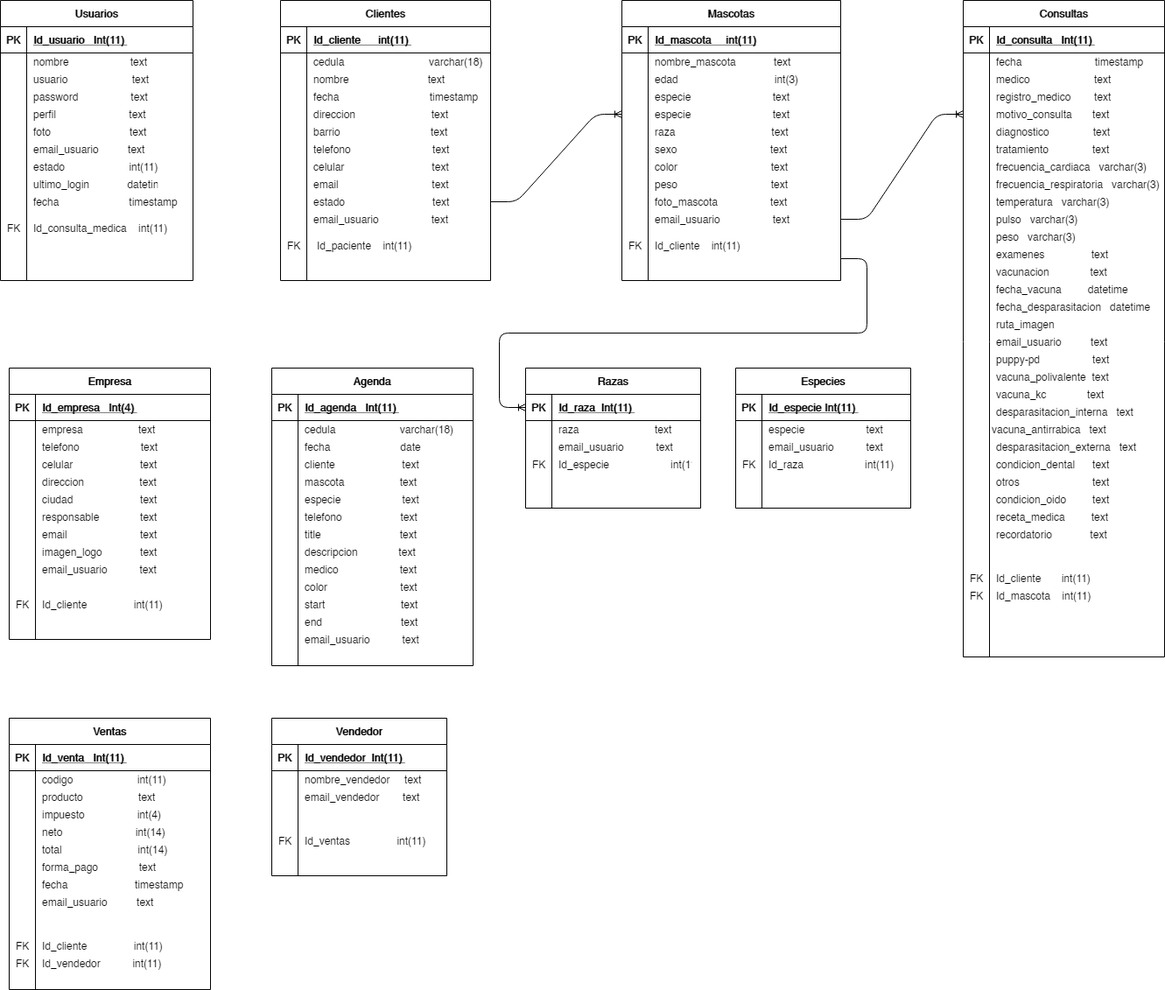
Earlier version of the draw.io export Untitled Diagram.png (heberthm/ejemplos-blog). Source tidied: cells renumbered, new cells last; positions are measured from the earlier drawing's top-left corner, leaving out a move shared by most shapes.
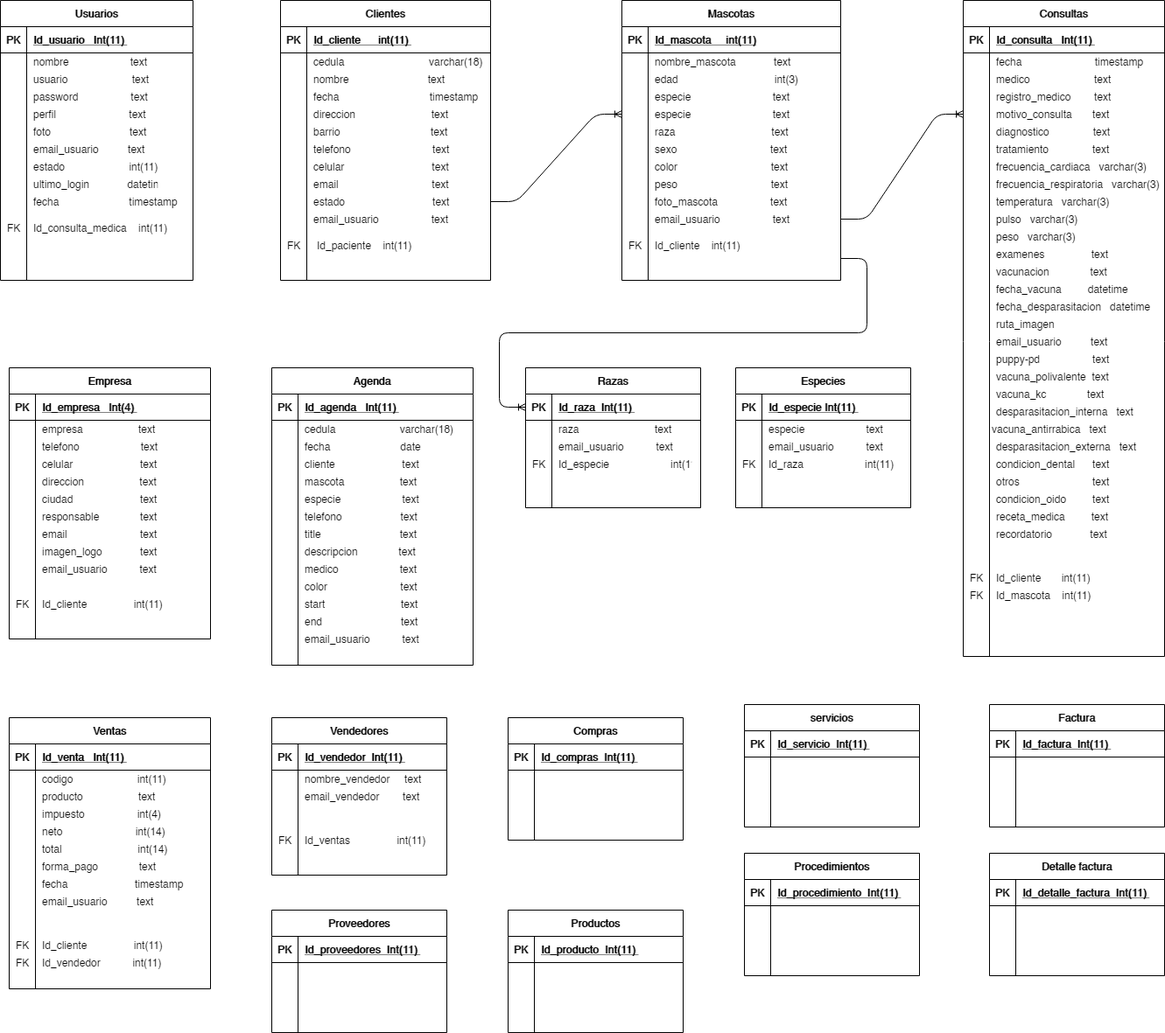
Above is the later version.

Change to the diagram source:
```diff
@@ -829,7 +829,7 @@
     <mxCell id="276" value="FK" style="shape=partialRectangle;fillColor=none;top=0;left=0;bottom=0;right=0;align=left;spacingLeft=6;overflow=hidden;" parent="1" vertex="1">
       <mxGeometry x="10" y="1090" width="40" height="20" as="geometry" />
     </mxCell>
-    <mxCell id="277" value="Vendedor" style="shape=table;startSize=30;rowLines=0;fontStyle=1;align=center;" parent="1" vertex="1">
+    <mxCell id="277" value="Vendedores" style="shape=table;startSize=30;rowLines=0;fontStyle=1;align=center;" parent="1" vertex="1">
       <mxGeometry x="310" y="820" width="200" height="180" as="geometry" />
     </mxCell>
     <mxCell id="278" style="shape=partialRectangle;fillColor=none;top=0;left=0;bottom=1;right=0;" parent="277" vertex="1">
@@ -865,5 +865,89 @@
     <mxCell id="288" value="FK" style="shape=partialRectangle;fillColor=none;top=0;left=0;bottom=0;right=0;align=left;spacingLeft=6;overflow=hidden;" parent="1" vertex="1">
       <mxGeometry x="310" y="950" width="40" height="20" as="geometry" />
     </mxCell>
+    <mxCell id="289" value="servicios" style="shape=table;startSize=30;rowLines=0;fontStyle=1;align=center;" parent="1" vertex="1">
+      <mxGeometry x="850" y="805" width="200" height="140" as="geometry" />
+    </mxCell>
+    <mxCell id="290" style="shape=partialRectangle;fillColor=none;top=0;left=0;bottom=1;right=0;" parent="289" vertex="1">
+      <mxGeometry y="30" width="200" height="30" as="geometry" />
+    </mxCell>
+    <mxCell id="291" value="PK" style="shape=partialRectangle;fillColor=none;top=0;left=0;bottom=0;right=0;fontStyle=1;overflow=hidden;" parent="290" vertex="1">
+      <mxGeometry width="30" height="30" as="geometry" />
+    </mxCell>
+    <mxCell id="292" value="Id_servicio  Int(11) " style="shape=partialRectangle;fillColor=none;top=0;left=0;bottom=0;right=0;align=left;spacingLeft=6;fontStyle=5;overflow=hidden;" parent="290" vertex="1">
+      <mxGeometry x="30" width="170" height="30" as="geometry" />
+    </mxCell>
+    <mxCell id="293" value="Procedimientos" style="shape=table;startSize=30;rowLines=0;fontStyle=1;align=center;" parent="1" vertex="1">
+      <mxGeometry x="850" y="975" width="200" height="140" as="geometry" />
+    </mxCell>
+    <mxCell id="294" style="shape=partialRectangle;fillColor=none;top=0;left=0;bottom=1;right=0;" parent="293" vertex="1">
+      <mxGeometry y="30" width="200" height="30" as="geometry" />
+    </mxCell>
+    <mxCell id="295" value="PK" style="shape=partialRectangle;fillColor=none;top=0;left=0;bottom=0;right=0;fontStyle=1;overflow=hidden;" parent="294" vertex="1">
+      <mxGeometry width="30" height="30" as="geometry" />
+    </mxCell>
+    <mxCell id="296" value="Id_procedimiento  Int(11) " style="shape=partialRectangle;fillColor=none;top=0;left=0;bottom=0;right=0;align=left;spacingLeft=6;fontStyle=5;overflow=hidden;" parent="294" vertex="1">
+      <mxGeometry x="30" width="170" height="30" as="geometry" />
+    </mxCell>
+    <mxCell id="297" value="Compras" style="shape=table;startSize=30;rowLines=0;fontStyle=1;align=center;" parent="1" vertex="1">
+      <mxGeometry x="580" y="820" width="200" height="140" as="geometry" />
+    </mxCell>
+    <mxCell id="298" style="shape=partialRectangle;fillColor=none;top=0;left=0;bottom=1;right=0;" parent="297" vertex="1">
+      <mxGeometry y="30" width="200" height="30" as="geometry" />
+    </mxCell>
+    <mxCell id="299" value="PK" style="shape=partialRectangle;fillColor=none;top=0;left=0;bottom=0;right=0;fontStyle=1;overflow=hidden;" parent="298" vertex="1">
+      <mxGeometry width="30" height="30" as="geometry" />
+    </mxCell>
+    <mxCell id="300" value="Id_compras  Int(11) " style="shape=partialRectangle;fillColor=none;top=0;left=0;bottom=0;right=0;align=left;spacingLeft=6;fontStyle=5;overflow=hidden;" parent="298" vertex="1">
+      <mxGeometry x="30" width="170" height="30" as="geometry" />
+    </mxCell>
+    <mxCell id="301" value="Proveedores" style="shape=table;startSize=30;rowLines=0;fontStyle=1;align=center;" parent="1" vertex="1">
+      <mxGeometry x="310" y="1040" width="200" height="140" as="geometry" />
+    </mxCell>
+    <mxCell id="302" style="shape=partialRectangle;fillColor=none;top=0;left=0;bottom=1;right=0;" parent="301" vertex="1">
+      <mxGeometry y="30" width="200" height="30" as="geometry" />
+    </mxCell>
+    <mxCell id="303" value="PK" style="shape=partialRectangle;fillColor=none;top=0;left=0;bottom=0;right=0;fontStyle=1;overflow=hidden;" parent="302" vertex="1">
+      <mxGeometry width="30" height="30" as="geometry" />
+    </mxCell>
+    <mxCell id="304" value="Id_proveedores  Int(11) " style="shape=partialRectangle;fillColor=none;top=0;left=0;bottom=0;right=0;align=left;spacingLeft=6;fontStyle=5;overflow=hidden;" parent="302" vertex="1">
+      <mxGeometry x="30" width="170" height="30" as="geometry" />
+    </mxCell>
+    <mxCell id="305" value="Productos" style="shape=table;startSize=30;rowLines=0;fontStyle=1;align=center;" parent="1" vertex="1">
+      <mxGeometry x="580" y="1040" width="200" height="140" as="geometry" />
+    </mxCell>
+    <mxCell id="306" style="shape=partialRectangle;fillColor=none;top=0;left=0;bottom=1;right=0;" parent="305" vertex="1">
+      <mxGeometry y="30" width="200" height="30" as="geometry" />
+    </mxCell>
+    <mxCell id="307" value="PK" style="shape=partialRectangle;fillColor=none;top=0;left=0;bottom=0;right=0;fontStyle=1;overflow=hidden;" parent="306" vertex="1">
+      <mxGeometry width="30" height="30" as="geometry" />
+    </mxCell>
+    <mxCell id="308" value="Id_producto  Int(11) " style="shape=partialRectangle;fillColor=none;top=0;left=0;bottom=0;right=0;align=left;spacingLeft=6;fontStyle=5;overflow=hidden;" parent="306" vertex="1">
+      <mxGeometry x="30" width="170" height="30" as="geometry" />
+    </mxCell>
+    <mxCell id="309" value="Factura" style="shape=table;startSize=30;rowLines=0;fontStyle=1;align=center;" parent="1" vertex="1">
+      <mxGeometry x="1130" y="805" width="200" height="140" as="geometry" />
+    </mxCell>
+    <mxCell id="310" style="shape=partialRectangle;fillColor=none;top=0;left=0;bottom=1;right=0;" parent="309" vertex="1">
+      <mxGeometry y="30" width="200" height="30" as="geometry" />
+    </mxCell>
+    <mxCell id="311" value="PK" style="shape=partialRectangle;fillColor=none;top=0;left=0;bottom=0;right=0;fontStyle=1;overflow=hidden;" parent="310" vertex="1">
+      <mxGeometry width="30" height="30" as="geometry" />
+    </mxCell>
+    <mxCell id="312" value="Id_factura  Int(11) " style="shape=partialRectangle;fillColor=none;top=0;left=0;bottom=0;right=0;align=left;spacingLeft=6;fontStyle=5;overflow=hidden;" parent="310" vertex="1">
+      <mxGeometry x="30" width="170" height="30" as="geometry" />
+    </mxCell>
+    <mxCell id="313" value="Detalle factura" style="shape=table;startSize=30;rowLines=0;fontStyle=1;align=center;" parent="1" vertex="1">
+      <mxGeometry x="1130" y="975" width="200" height="140" as="geometry" />
+    </mxCell>
+    <mxCell id="314" style="shape=partialRectangle;fillColor=none;top=0;left=0;bottom=1;right=0;" parent="313" vertex="1">
+      <mxGeometry y="30" width="200" height="30" as="geometry" />
+    </mxCell>
+    <mxCell id="315" value="PK" style="shape=partialRectangle;fillColor=none;top=0;left=0;bottom=0;right=0;fontStyle=1;overflow=hidden;" parent="314" vertex="1">
+      <mxGeometry width="30" height="30" as="geometry" />
+    </mxCell>
+    <mxCell id="316" value="Id_detalle_factura  Int(11) " style="shape=partialRectangle;fillColor=none;top=0;left=0;bottom=0;right=0;align=left;spacingLeft=6;fontStyle=5;overflow=hidden;" parent="314" vertex="1">
+      <mxGeometry x="30" width="170" height="30" as="geometry" />
+    </mxCell>
   </root>
 </mxGraphModel>
```
